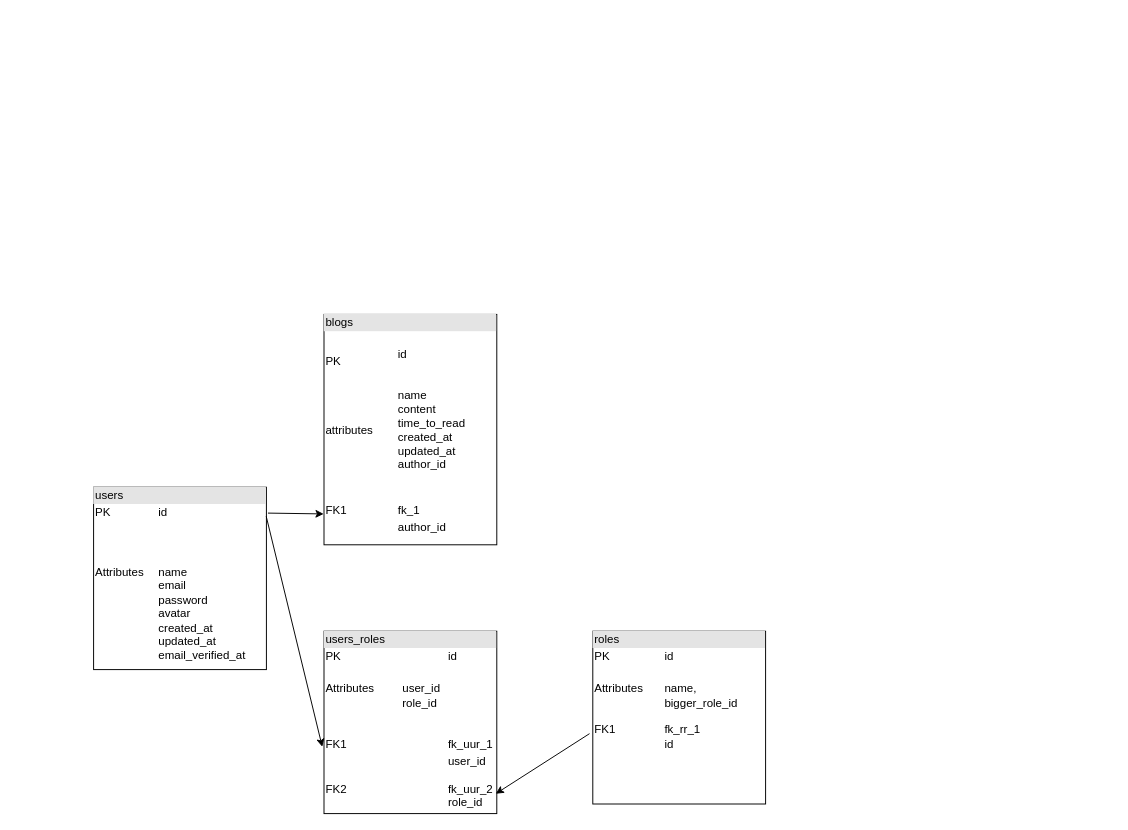
Above: Untitled Diagram.drawio in mian17/mian17 (draw.io), before the change. Source tidied: cells renumbered, new cells numbered last; positions are measured from the earlier drawing's top-left corner, leaving out a move shared by most shapes. Both pictures are drawn from the tidied source at 96%, with x=0, y=0 at pixel (93, 314).
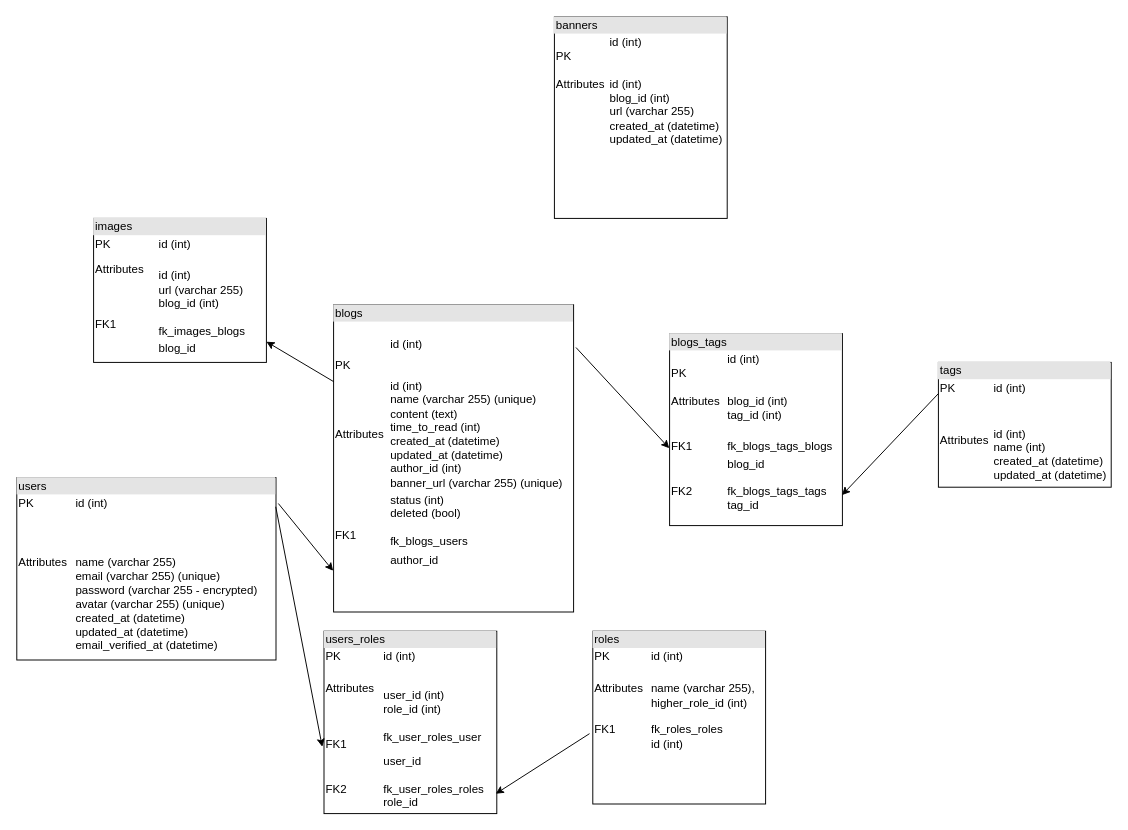
Above is the later version.

What changed in the source:
```diff
@@
 <mxGraphModel>
   <root>
     <mxCell id="0" />
     <mxCell id="1" parent="0" />
-    <mxCell id="2" value="&lt;div style=&quot;box-sizing:border-box;width:100%;background:#e4e4e4;padding:2px;&quot;&gt;users&lt;/div&gt;&lt;table style=&quot;width:100%;font-size:1em;&quot; cellpadding=&quot;2&quot; cellspacing=&quot;0&quot;&gt;&lt;tbody&gt;&lt;tr&gt;&lt;td&gt;PK&lt;/td&gt;&lt;td&gt;id&lt;/td&gt;&lt;/tr&gt;&lt;tr&gt;&lt;td&gt;&lt;br&gt;&lt;br&gt;&lt;br&gt;Attributes&lt;br&gt;&lt;br&gt;&lt;br&gt;&lt;br&gt;&lt;br&gt;&lt;br&gt;&lt;br&gt;&lt;br&gt;&lt;br&gt;&lt;br&gt;&lt;/td&gt;&lt;td&gt;name&lt;br&gt;email&lt;br&gt;password&lt;br&gt;avatar&lt;br&gt;created_at&lt;br&gt;updated_at&lt;br&gt;email_verified_at&lt;br&gt;&lt;/td&gt;&lt;/tr&gt;&lt;tr&gt;&lt;td&gt;&lt;br&gt;&lt;br&gt;&lt;/td&gt;&lt;td&gt;&lt;br&gt;&lt;br&gt;&lt;/td&gt;&lt;/tr&gt;&lt;/tbody&gt;&lt;/table&gt;" style="verticalAlign=top;align=left;overflow=fill;html=1;" parent="1" vertex="1">
-      <mxGeometry y="180" width="180" height="190" as="geometry" />
+    <mxCell id="2" value="&lt;div style=&quot;box-sizing:border-box;width:100%;background:#e4e4e4;padding:2px;&quot;&gt;users&lt;/div&gt;&lt;table style=&quot;width:100%;font-size:1em;&quot; cellpadding=&quot;2&quot; cellspacing=&quot;0&quot;&gt;&lt;tbody&gt;&lt;tr&gt;&lt;td&gt;PK&lt;/td&gt;&lt;td&gt;id (int)&lt;/td&gt;&lt;/tr&gt;&lt;tr&gt;&lt;td&gt;&lt;br&gt;&lt;br&gt;&lt;br&gt;Attributes&lt;br&gt;&lt;br&gt;&lt;br&gt;&lt;br&gt;&lt;br&gt;&lt;br&gt;&lt;br&gt;&lt;br&gt;&lt;br&gt;&lt;br&gt;&lt;/td&gt;&lt;td&gt;name (varchar 255)&lt;br&gt;email (varchar 255) (unique)&lt;br&gt;password (varchar 255 - encrypted)&lt;br&gt;avatar (varchar 255) (unique)&lt;br&gt;created_at (datetime)&lt;br&gt;updated_at (datetime)&lt;br&gt;email_verified_at (datetime)&lt;br&gt;&lt;/td&gt;&lt;/tr&gt;&lt;tr&gt;&lt;td&gt;&lt;br&gt;&lt;br&gt;&lt;/td&gt;&lt;td&gt;&lt;br&gt;&lt;br&gt;&lt;/td&gt;&lt;/tr&gt;&lt;/tbody&gt;&lt;/table&gt;" style="verticalAlign=top;align=left;overflow=fill;html=1;" parent="1" vertex="1">
+      <mxGeometry x="-80" y="170" width="270" height="190" as="geometry" />
     </mxCell>
-    <mxCell id="3" value="&lt;div style=&quot;box-sizing:border-box;width:100%;background:#e4e4e4;padding:2px;&quot;&gt;blogs&lt;/div&gt;&lt;table style=&quot;width:100%;font-size:1em;&quot; cellpadding=&quot;2&quot; cellspacing=&quot;0&quot;&gt;&lt;tbody&gt;&lt;tr&gt;&lt;td&gt;PK&lt;br&gt;&lt;br&gt;&lt;br&gt;&lt;br&gt;&lt;br&gt;attributes&lt;br&gt;&lt;br&gt;&lt;/td&gt;&lt;td&gt;&lt;br&gt;id&lt;br&gt;&lt;br&gt;&lt;br&gt;name&lt;br style=&quot;border-color: var(--border-color);&quot;&gt;content&lt;br style=&quot;border-color: var(--border-color);&quot;&gt;time_to_read&lt;br style=&quot;border-color: var(--border-color);&quot;&gt;created_at&lt;br style=&quot;border-color: var(--border-color);&quot;&gt;updated_at&lt;br style=&quot;border-color: var(--border-color);&quot;&gt;author_id&lt;br&gt;&lt;/td&gt;&lt;/tr&gt;&lt;tr&gt;&lt;td&gt;&lt;br&gt;&lt;br&gt;FK1&lt;/td&gt;&lt;td&gt;&lt;br&gt;&lt;br&gt;fk_1&lt;/td&gt;&lt;/tr&gt;&lt;tr&gt;&lt;td&gt;&lt;/td&gt;&lt;td&gt;author_id&lt;/td&gt;&lt;/tr&gt;&lt;/tbody&gt;&lt;/table&gt;" style="verticalAlign=top;align=left;overflow=fill;html=1;" parent="1" vertex="1">
-      <mxGeometry x="240" width="180" height="240" as="geometry" />
+    <mxCell id="3" value="&lt;div style=&quot;box-sizing:border-box;width:100%;background:#e4e4e4;padding:2px;&quot;&gt;blogs&lt;/div&gt;&lt;table style=&quot;width:100%;font-size:1em;&quot; cellpadding=&quot;2&quot; cellspacing=&quot;0&quot;&gt;&lt;tbody&gt;&lt;tr&gt;&lt;td&gt;PK&lt;br&gt;&lt;br&gt;&lt;br&gt;&lt;br&gt;&lt;br&gt;Attributes&lt;br&gt;&lt;br&gt;&lt;/td&gt;&lt;td&gt;&lt;br&gt;id (int)&lt;br&gt;&lt;br&gt;&lt;br&gt;id (int)&lt;br&gt;name (varchar 255) (unique)&lt;br style=&quot;border-color: var(--border-color);&quot;&gt;content (text)&lt;br style=&quot;border-color: var(--border-color);&quot;&gt;time_to_read (int)&lt;br style=&quot;border-color: var(--border-color);&quot;&gt;created_at (datetime)&lt;br style=&quot;border-color: var(--border-color);&quot;&gt;updated_at (datetime)&lt;br style=&quot;border-color: var(--border-color);&quot;&gt;author_id (int)&lt;br&gt;banner_url (varchar 255) (unique)&lt;/td&gt;&lt;/tr&gt;&lt;tr&gt;&lt;td&gt;&lt;br&gt;&lt;br&gt;FK1&lt;/td&gt;&lt;td&gt;status (int)&lt;br&gt;deleted (bool)&lt;br&gt;&lt;br&gt;fk_blogs_users&lt;/td&gt;&lt;/tr&gt;&lt;tr&gt;&lt;td&gt;&lt;br&gt;&lt;br&gt;&lt;/td&gt;&lt;td&gt;author_id&lt;br&gt;&lt;br&gt;&lt;br&gt;&lt;/td&gt;&lt;/tr&gt;&lt;/tbody&gt;&lt;/table&gt;" style="verticalAlign=top;align=left;overflow=fill;html=1;" parent="1" vertex="1">
+      <mxGeometry x="250" y="-10" width="250" height="320" as="geometry" />
     </mxCell>
     <mxCell id="4" style="endArrow=classic;html=1;rounded=0;exitX=1.009;exitY=0.142;exitDx=0;exitDy=0;exitPerimeter=0;entryX=-0.002;entryY=0.866;entryDx=0;entryDy=0;entryPerimeter=0;" parent="1" edge="1" source="2" target="3">
       <mxGeometry relative="1" as="geometry" />
     </mxCell>
-    <mxCell id="5" value="&lt;div style=&quot;box-sizing:border-box;width:100%;background:#e4e4e4;padding:2px;&quot;&gt;users_roles&lt;/div&gt;&lt;table style=&quot;width:100%;font-size:1em;&quot; cellpadding=&quot;2&quot; cellspacing=&quot;0&quot;&gt;&lt;tbody&gt;&lt;tr&gt;&lt;td&gt;PK&lt;span style=&quot;white-space: pre;&quot;&gt;&#9;&lt;/span&gt;&lt;/td&gt;&lt;td&gt;id&lt;/td&gt;&lt;/tr&gt;&lt;tr&gt;&lt;td&gt;&lt;br&gt;Attributes&lt;span style=&quot;white-space: pre;&quot;&gt;&#9;&lt;/span&gt;&lt;span style=&quot;white-space: pre;&quot;&gt;&#9;&lt;/span&gt;user_id&lt;br&gt;&lt;span style=&quot;white-space: pre;&quot;&gt;&#9;&lt;/span&gt;&lt;span style=&quot;white-space: pre;&quot;&gt;&#9;&lt;/span&gt;&lt;span style=&quot;white-space: pre;&quot;&gt;&#9;&lt;/span&gt;role_id&lt;br&gt;&lt;br&gt;&lt;br&gt;FK1&lt;/td&gt;&lt;td&gt;&lt;br&gt;&lt;br&gt;&lt;br&gt;&lt;br&gt;&lt;br&gt;fk_uur_1&lt;/td&gt;&lt;/tr&gt;&lt;tr&gt;&lt;td&gt;&lt;br&gt;FK2&lt;/td&gt;&lt;td&gt;user_id&lt;br&gt;&lt;br&gt;fk_uur_2&lt;br&gt;role_id&lt;/td&gt;&lt;/tr&gt;&lt;/tbody&gt;&lt;/table&gt;" style="verticalAlign=top;align=left;overflow=fill;html=1;" parent="1" vertex="1">
+    <mxCell id="5" value="&lt;div style=&quot;box-sizing:border-box;width:100%;background:#e4e4e4;padding:2px;&quot;&gt;users_roles&lt;/div&gt;&lt;table style=&quot;width:100%;font-size:1em;&quot; cellpadding=&quot;2&quot; cellspacing=&quot;0&quot;&gt;&lt;tbody&gt;&lt;tr&gt;&lt;td&gt;PK&lt;span style=&quot;&quot;&gt; &lt;/span&gt;&lt;/td&gt;&lt;td&gt;id (int)&lt;/td&gt;&lt;/tr&gt;&lt;tr&gt;&lt;td&gt;&lt;br&gt;Attributes&lt;span style=&quot;&quot;&gt; &lt;/span&gt;&lt;span style=&quot;&quot;&gt; &lt;/span&gt;&lt;br&gt;&lt;br&gt;&lt;br&gt;&lt;br&gt;FK1&lt;/td&gt;&lt;td&gt;&lt;br&gt;user_id (int)&lt;br style=&quot;border-color: var(--border-color);&quot;&gt;&lt;span style=&quot;border-color: var(--border-color);&quot;&gt; &lt;/span&gt;&lt;span style=&quot;border-color: var(--border-color);&quot;&gt; &lt;/span&gt;&lt;span style=&quot;border-color: var(--border-color);&quot;&gt; &lt;/span&gt;role_id (int)&lt;br&gt;&lt;br&gt;fk_user_roles_user&lt;/td&gt;&lt;/tr&gt;&lt;tr&gt;&lt;td&gt;&lt;br&gt;FK2&lt;/td&gt;&lt;td&gt;user_id&lt;br&gt;&lt;br&gt;fk_user_roles_roles&lt;br&gt;role_id&lt;/td&gt;&lt;/tr&gt;&lt;/tbody&gt;&lt;/table&gt;" style="verticalAlign=top;align=left;overflow=fill;html=1;" parent="1" vertex="1">
       <mxGeometry x="240" y="330" width="180" height="190" as="geometry" />
     </mxCell>
-    <mxCell id="6" value="&lt;div style=&quot;box-sizing:border-box;width:100%;background:#e4e4e4;padding:2px;&quot;&gt;roles&lt;/div&gt;&lt;table style=&quot;width:100%;font-size:1em;&quot; cellpadding=&quot;2&quot; cellspacing=&quot;0&quot;&gt;&lt;tbody&gt;&lt;tr&gt;&lt;td&gt;PK&lt;/td&gt;&lt;td&gt;id&lt;/td&gt;&lt;/tr&gt;&lt;tr&gt;&lt;td&gt;Attributes&lt;br&gt;&lt;br&gt;&lt;br&gt;FK1&lt;br&gt;&lt;br&gt;&lt;/td&gt;&lt;td&gt;&lt;br&gt;name,&lt;br&gt;bigger_role_id&lt;br&gt;&lt;br&gt;fk_rr_1&lt;br&gt;id&lt;br&gt;&lt;br&gt;&lt;/td&gt;&lt;/tr&gt;&lt;/tbody&gt;&lt;/table&gt;" style="verticalAlign=top;align=left;overflow=fill;html=1;" parent="1" vertex="1">
+    <mxCell id="6" value="&lt;div style=&quot;box-sizing:border-box;width:100%;background:#e4e4e4;padding:2px;&quot;&gt;roles&lt;/div&gt;&lt;table style=&quot;width:100%;font-size:1em;&quot; cellpadding=&quot;2&quot; cellspacing=&quot;0&quot;&gt;&lt;tbody&gt;&lt;tr&gt;&lt;td&gt;PK&lt;/td&gt;&lt;td&gt;id (int)&lt;/td&gt;&lt;/tr&gt;&lt;tr&gt;&lt;td&gt;Attributes&lt;br&gt;&lt;br&gt;&lt;br&gt;FK1&lt;br&gt;&lt;br&gt;&lt;/td&gt;&lt;td&gt;&lt;br&gt;name (varchar 255),&lt;br&gt;higher_role_id (int)&lt;br&gt;&lt;br&gt;fk_roles_roles&lt;br&gt;id (int)&lt;br&gt;&lt;br&gt;&lt;/td&gt;&lt;/tr&gt;&lt;/tbody&gt;&lt;/table&gt;" style="verticalAlign=top;align=left;overflow=fill;html=1;" parent="1" vertex="1">
       <mxGeometry x="520" y="330" width="180" height="180" as="geometry" />
     </mxCell>
     <mxCell id="7" style="endArrow=classic;html=1;rounded=0;exitX=0.999;exitY=0.16;exitDx=0;exitDy=0;exitPerimeter=0;entryX=-0.01;entryY=0.634;entryDx=0;entryDy=0;entryPerimeter=0;" parent="1" edge="1" source="2" target="5">
       <mxGeometry relative="1" as="geometry" />
     </mxCell>
     <mxCell id="8" style="endArrow=classic;html=1;rounded=0;exitX=-0.019;exitY=0.593;exitDx=0;exitDy=0;exitPerimeter=0;entryX=0.994;entryY=0.891;entryDx=0;entryDy=0;entryPerimeter=0;" parent="1" edge="1" source="6" target="5">
       <mxGeometry relative="1" as="geometry" />
     </mxCell>
+    <mxCell id="9" value="&lt;div style=&quot;box-sizing:border-box;width:100%;background:#e4e4e4;padding:2px;&quot;&gt;banners&lt;/div&gt;&lt;table style=&quot;width:100%;font-size:1em;&quot; cellpadding=&quot;2&quot; cellspacing=&quot;0&quot;&gt;&lt;tbody&gt;&lt;tr&gt;&lt;td&gt;PK&lt;br style=&quot;border-color: var(--border-color);&quot;&gt;&lt;br&gt;Attributes&lt;br&gt;&lt;br&gt;&lt;span style=&quot;&quot;&gt; &lt;/span&gt;&lt;br&gt;&lt;br&gt;&lt;br&gt;&lt;/td&gt;&lt;td&gt;id (int)&lt;br&gt;&lt;br&gt;&lt;br&gt;id (int)&lt;br&gt;blog_id (int)&lt;br&gt;url (varchar 255)&lt;br&gt;created_at (datetime)&lt;br&gt;updated_at (datetime)&lt;br&gt;&lt;br&gt;&lt;/td&gt;&lt;/tr&gt;&lt;tr&gt;&lt;td&gt;&lt;br&gt;&lt;/td&gt;&lt;td&gt;&lt;/td&gt;&lt;/tr&gt;&lt;tr&gt;&lt;td&gt;&lt;/td&gt;&lt;td&gt;&lt;br&gt;&lt;/td&gt;&lt;/tr&gt;&lt;/tbody&gt;&lt;/table&gt;" style="verticalAlign=top;align=left;overflow=fill;html=1;" parent="1" vertex="1">
+      <mxGeometry x="480" y="-310" width="180" height="210" as="geometry" />
+    </mxCell>
+    <mxCell id="10" value="&lt;div style=&quot;box-sizing:border-box;width:100%;background:#e4e4e4;padding:2px;&quot;&gt;images&lt;/div&gt;&lt;table style=&quot;width:100%;font-size:1em;&quot; cellpadding=&quot;2&quot; cellspacing=&quot;0&quot;&gt;&lt;tbody&gt;&lt;tr&gt;&lt;td&gt;PK&lt;/td&gt;&lt;td&gt;id (int)&lt;/td&gt;&lt;/tr&gt;&lt;tr&gt;&lt;td&gt;Attributes&lt;br&gt;&lt;br&gt;&lt;br&gt;&lt;br&gt;FK1&lt;/td&gt;&lt;td&gt;&lt;br&gt;id (int)&lt;br&gt;url (varchar 255)&lt;br&gt;blog_id (int)&lt;br&gt;&lt;br&gt;fk_images_blogs&lt;/td&gt;&lt;/tr&gt;&lt;tr&gt;&lt;td&gt;&lt;/td&gt;&lt;td&gt;blog_id&lt;/td&gt;&lt;/tr&gt;&lt;/tbody&gt;&lt;/table&gt;" style="verticalAlign=top;align=left;overflow=fill;html=1;" parent="1" vertex="1">
+      <mxGeometry y="-100" width="180" height="150" as="geometry" />
+    </mxCell>
+    <mxCell id="11" style="endArrow=classic;html=1;rounded=0;exitX=0;exitY=0.25;exitDx=0;exitDy=0;" parent="1" edge="1" source="3" target="10">
+      <mxGeometry relative="1" as="geometry" />
+    </mxCell>
+    <mxCell id="12" value="&lt;div style=&quot;box-sizing:border-box;width:100%;background:#e4e4e4;padding:2px;&quot;&gt;blogs_tags&lt;/div&gt;&lt;table style=&quot;width:100%;font-size:1em;&quot; cellpadding=&quot;2&quot; cellspacing=&quot;0&quot;&gt;&lt;tbody&gt;&lt;tr&gt;&lt;td&gt;PK&lt;br&gt;&lt;br&gt;Attributes&lt;br&gt;&lt;br&gt;&lt;/td&gt;&lt;td&gt;id (int)&lt;br&gt;&lt;br&gt;&lt;br&gt;blog_id (int)&lt;br&gt;tag_id (int)&lt;br&gt;&lt;br&gt;&lt;/td&gt;&lt;/tr&gt;&lt;tr&gt;&lt;td&gt;FK1&lt;/td&gt;&lt;td&gt;fk_blogs_tags_blogs&lt;/td&gt;&lt;/tr&gt;&lt;tr&gt;&lt;td&gt;&lt;br&gt;FK2&lt;/td&gt;&lt;td&gt;blog_id&lt;br&gt;&lt;br&gt;fk_blogs_tags_tags&lt;br&gt;tag_id&lt;/td&gt;&lt;/tr&gt;&lt;/tbody&gt;&lt;/table&gt;" style="verticalAlign=top;align=left;overflow=fill;html=1;" parent="1" vertex="1">
+      <mxGeometry x="600" y="20" width="180" height="200" as="geometry" />
+    </mxCell>
+    <mxCell id="13" value="&lt;div style=&quot;box-sizing:border-box;width:100%;background:#e4e4e4;padding:2px;&quot;&gt;tags&lt;/div&gt;&lt;table style=&quot;width:100%;font-size:1em;&quot; cellpadding=&quot;2&quot; cellspacing=&quot;0&quot;&gt;&lt;tbody&gt;&lt;tr&gt;&lt;td&gt;PK&lt;/td&gt;&lt;td&gt;id (int)&lt;/td&gt;&lt;/tr&gt;&lt;tr&gt;&lt;td&gt;Attributes&lt;br&gt;&lt;br&gt;&lt;br&gt;&lt;br&gt;&lt;br&gt;&lt;/td&gt;&lt;td&gt;&lt;br&gt;&lt;br&gt;id (int)&lt;br&gt;name (int)&lt;br&gt;created_at (datetime)&lt;br&gt;updated_at (datetime)&lt;br&gt;&lt;br&gt;&lt;br&gt;&lt;br&gt;&lt;br&gt;&lt;/td&gt;&lt;/tr&gt;&lt;tr&gt;&lt;td&gt;&lt;br&gt;&lt;/td&gt;&lt;td&gt;&lt;br&gt;&lt;/td&gt;&lt;/tr&gt;&lt;/tbody&gt;&lt;/table&gt;" style="verticalAlign=top;align=left;overflow=fill;html=1;" parent="1" vertex="1">
+      <mxGeometry x="880" y="50" width="180" height="130" as="geometry" />
+    </mxCell>
+    <mxCell id="14" style="endArrow=classic;html=1;rounded=0;entryX=-0.002;entryY=0.597;entryDx=0;entryDy=0;entryPerimeter=0;exitX=1.01;exitY=0.139;exitDx=0;exitDy=0;exitPerimeter=0;" parent="1" edge="1" source="3" target="12">
+      <mxGeometry relative="1" as="geometry" />
+    </mxCell>
+    <mxCell id="15" style="endArrow=classic;html=1;rounded=0;exitX=0;exitY=0.25;exitDx=0;exitDy=0;entryX=0.998;entryY=0.841;entryDx=0;entryDy=0;entryPerimeter=0;" parent="1" edge="1" source="13" target="12">
+      <mxGeometry relative="1" as="geometry" />
+    </mxCell>
   </root>
 </mxGraphModel>
```
